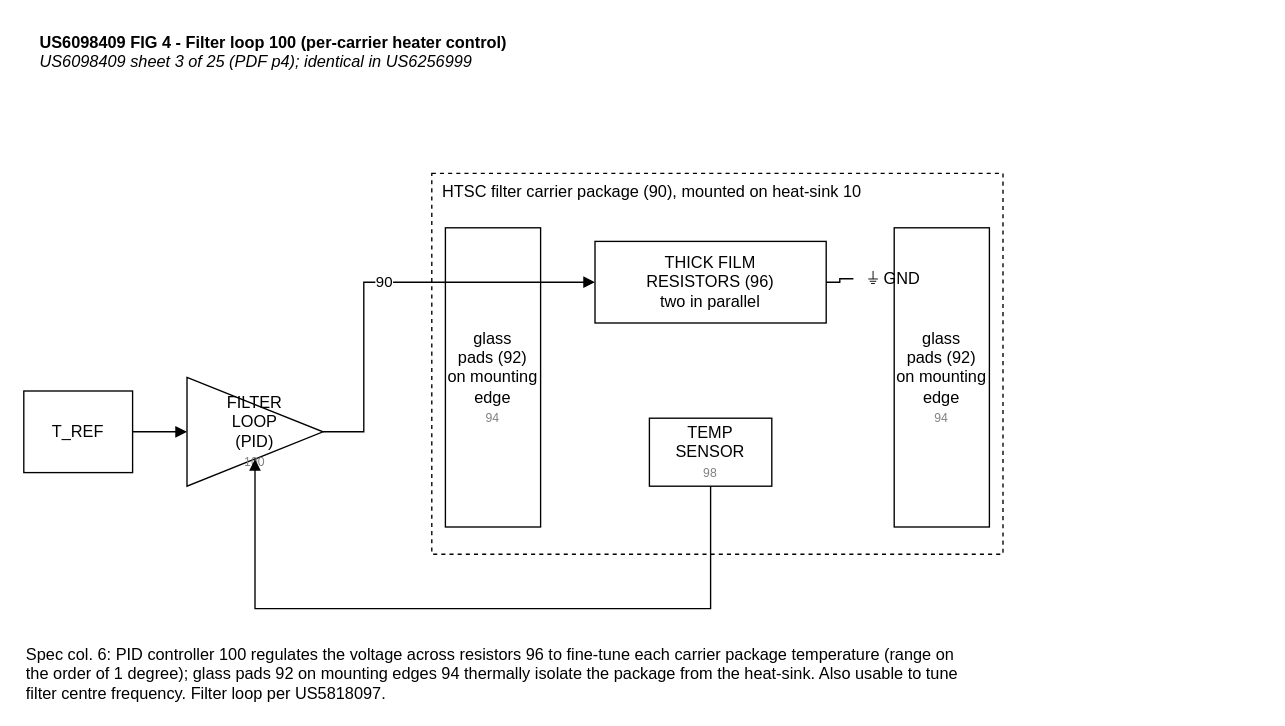
This is docs/oem-controller/US6098409/diagrams/fig4_filter_loop.drawio from jhyland87/Cryocooler-Controller, a draw.io file, before an edit. Source tidied: cells renumbered, new cells numbered last; positions are measured from the earlier drawing's top-left corner, leaving out a move shared by most shapes. Both pictures are drawn from the tidied source at 136%, with x=0, y=0 at pixel (23, 23).
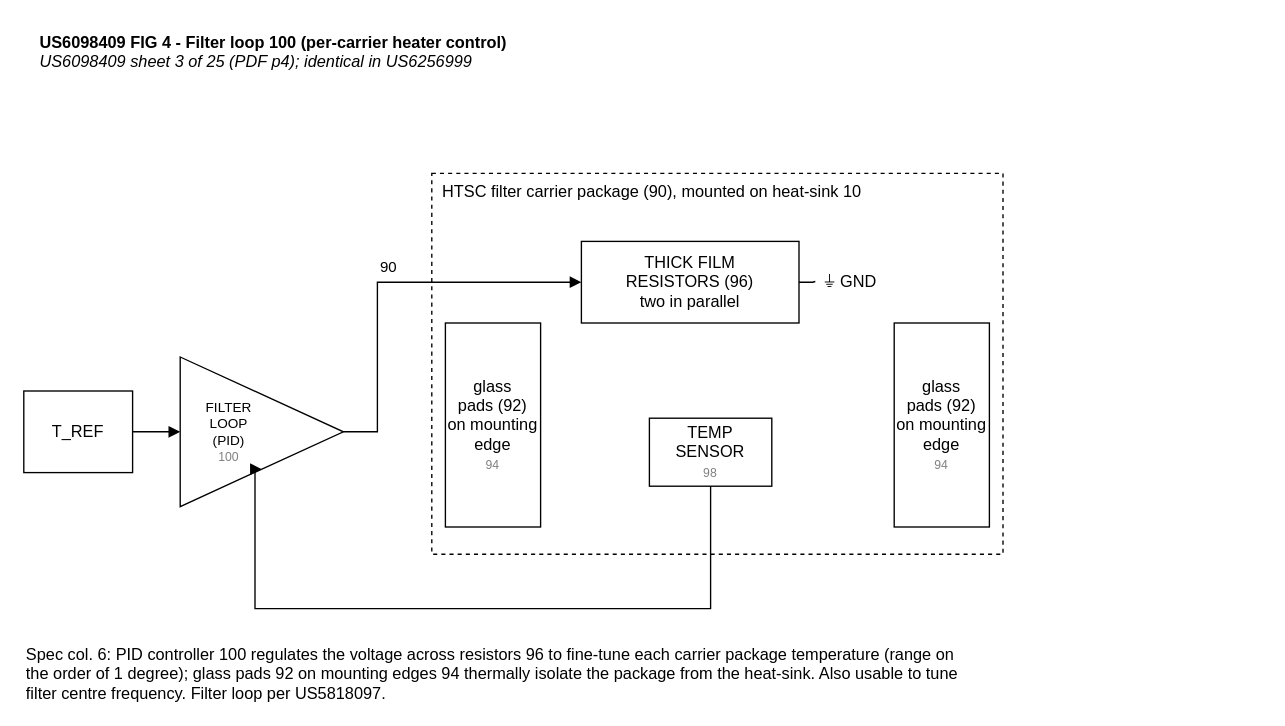
The same page after the edit.

Diff of the diagram source:
```diff
@@
 <mxGraphModel>
   <root>
     <mxCell id="0" />
     <mxCell id="1" parent="0" />
     <mxCell id="2" value="&lt;b&gt;US6098409 FIG 4 - Filter loop 100 (per-carrier heater control)&lt;/b&gt;&lt;br&gt;&lt;i&gt;US6098409 sheet 3 of 25 (PDF p4); identical in US6256999&lt;/i&gt;" style="text;html=1;align=left;verticalAlign=top;whiteSpace=wrap;strokeColor=none;fillColor=none;" parent="1" vertex="1">
       <mxGeometry x="10" width="900" height="40" as="geometry" />
     </mxCell>
     <mxCell id="3" value="T_REF" style="rounded=0;whiteSpace=wrap;html=1;" parent="1" vertex="1">
       <mxGeometry y="270" width="80" height="60" as="geometry" />
     </mxCell>
-    <mxCell id="4" value="FILTER&lt;br&gt;LOOP&lt;br&gt;(PID)&lt;br&gt;&lt;font style=&quot;font-size:9px&quot; color=&quot;#808080&quot;&gt;100&lt;/font&gt;" style="triangle;whiteSpace=wrap;html=1;" parent="1" vertex="1">
-      <mxGeometry x="120" y="260" width="100" height="80" as="geometry" />
+    <mxCell id="4" value="FILTER&lt;br&gt;LOOP&lt;br&gt;(PID)&lt;br&gt;&lt;font style=&quot;font-size:9px&quot; color=&quot;#808080&quot;&gt;100&lt;/font&gt;" style="triangle;whiteSpace=wrap;html=1;fontSize=10;spacingRight=48;" parent="1" vertex="1">
+      <mxGeometry x="115" y="245" width="120" height="110" as="geometry" />
     </mxCell>
     <mxCell id="5" value="HTSC filter carrier package (90), mounted on heat-sink 10" style="rounded=0;whiteSpace=wrap;html=1;dashed=1;fillColor=none;verticalAlign=top;align=left;spacingLeft=6;" parent="1" vertex="1">
       <mxGeometry x="300" y="110" width="420" height="280" as="geometry" />
     </mxCell>
     <mxCell id="6" value="glass&lt;br&gt;pads (92)&lt;br&gt;on mounting&lt;br&gt;edge&lt;br&gt;&lt;font style=&quot;font-size:9px&quot; color=&quot;#808080&quot;&gt;94&lt;/font&gt;" style="rounded=0;whiteSpace=wrap;html=1;" parent="1" vertex="1">
-      <mxGeometry x="310" y="150" width="70" height="220" as="geometry" />
+      <mxGeometry x="310" y="220" width="70" height="150" as="geometry" />
     </mxCell>
     <mxCell id="7" value="glass&lt;br&gt;pads (92)&lt;br&gt;on mounting&lt;br&gt;edge&lt;br&gt;&lt;font style=&quot;font-size:9px&quot; color=&quot;#808080&quot;&gt;94&lt;/font&gt;" style="rounded=0;whiteSpace=wrap;html=1;" parent="1" vertex="1">
-      <mxGeometry x="640" y="150" width="70" height="220" as="geometry" />
+      <mxGeometry x="640" y="220" width="70" height="150" as="geometry" />
     </mxCell>
     <mxCell id="8" value="THICK FILM&lt;br&gt;RESISTORS (96)&lt;br&gt;two in parallel" style="rounded=0;whiteSpace=wrap;html=1;" parent="1" vertex="1">
-      <mxGeometry x="420" y="160" width="170" height="60" as="geometry" />
+      <mxGeometry x="410" y="160" width="160" height="60" as="geometry" />
     </mxCell>
     <mxCell id="9" value="⏚ GND" style="text;html=1;align=center;verticalAlign=middle;whiteSpace=wrap;strokeColor=none;fillColor=none;" parent="1" vertex="1">
-      <mxGeometry x="610" y="175" width="60" height="25" as="geometry" />
+      <mxGeometry x="582" y="177" width="52" height="25" as="geometry" />
     </mxCell>
     <mxCell id="10" value="TEMP&lt;br&gt;SENSOR&lt;br&gt;&lt;font style=&quot;font-size:9px&quot; color=&quot;#808080&quot;&gt;98&lt;/font&gt;" style="rounded=0;whiteSpace=wrap;html=1;" parent="1" vertex="1">
       <mxGeometry x="460" y="290" width="90" height="50" as="geometry" />
     </mxCell>
     <mxCell id="11" style="edgeStyle=orthogonalEdgeStyle;rounded=0;html=1;endArrow=block;endFill=1;" parent="1" edge="1" source="3" target="4">
       <mxGeometry relative="1" as="geometry" />
     </mxCell>
-    <mxCell id="12" value="90" style="edgeStyle=orthogonalEdgeStyle;rounded=0;html=1;endArrow=block;endFill=1;" parent="1" edge="1" source="4" target="8">
+    <mxCell id="12" value="90" style="edgeStyle=orthogonalEdgeStyle;rounded=0;html=1;endArrow=block;endFill=1;verticalAlign=bottom;labelBackgroundColor=none;spacingBottom=2;" parent="1" edge="1" source="4" target="8">
       <mxGeometry relative="1" as="geometry">
         <Array as="points">
-          <mxPoint x="250" y="300" />
-          <mxPoint x="250" y="190" />
+          <mxPoint x="260" y="300" />
+          <mxPoint x="260" y="190" />
         </Array>
       </mxGeometry>
     </mxCell>
     <mxCell id="13" style="edgeStyle=orthogonalEdgeStyle;rounded=0;html=1;endArrow=block;endFill=1;endArrow=none;" parent="1" edge="1" source="8" target="9">
       <mxGeometry relative="1" as="geometry" />
     </mxCell>
     <mxCell id="14" style="edgeStyle=orthogonalEdgeStyle;rounded=0;html=1;endArrow=block;endFill=1;exitX=0.5;exitY=1;exitDx=0;exitDy=0;entryX=0.5;entryY=1;entryDx=0;entryDy=0;" parent="1" edge="1" source="10" target="4">
       <mxGeometry relative="1" as="geometry">
         <Array as="points">
           <mxPoint x="505" y="430" />
           <mxPoint x="170" y="430" />
         </Array>
       </mxGeometry>
     </mxCell>
     <mxCell id="15" value="Spec col. 6: PID controller 100 regulates the voltage across resistors 96 to fine-tune each carrier package temperature (range on the order of 1 degree); glass pads 92 on mounting edges 94 thermally isolate the package from the heat-sink. Also usable to tune filter centre frequency. Filter loop per US5818097." style="text;html=1;align=left;verticalAlign=top;whiteSpace=wrap;strokeColor=none;fillColor=none;" parent="1" vertex="1">
       <mxGeometry y="450" width="700" height="50" as="geometry" />
     </mxCell>
   </root>
 </mxGraphModel>
```
